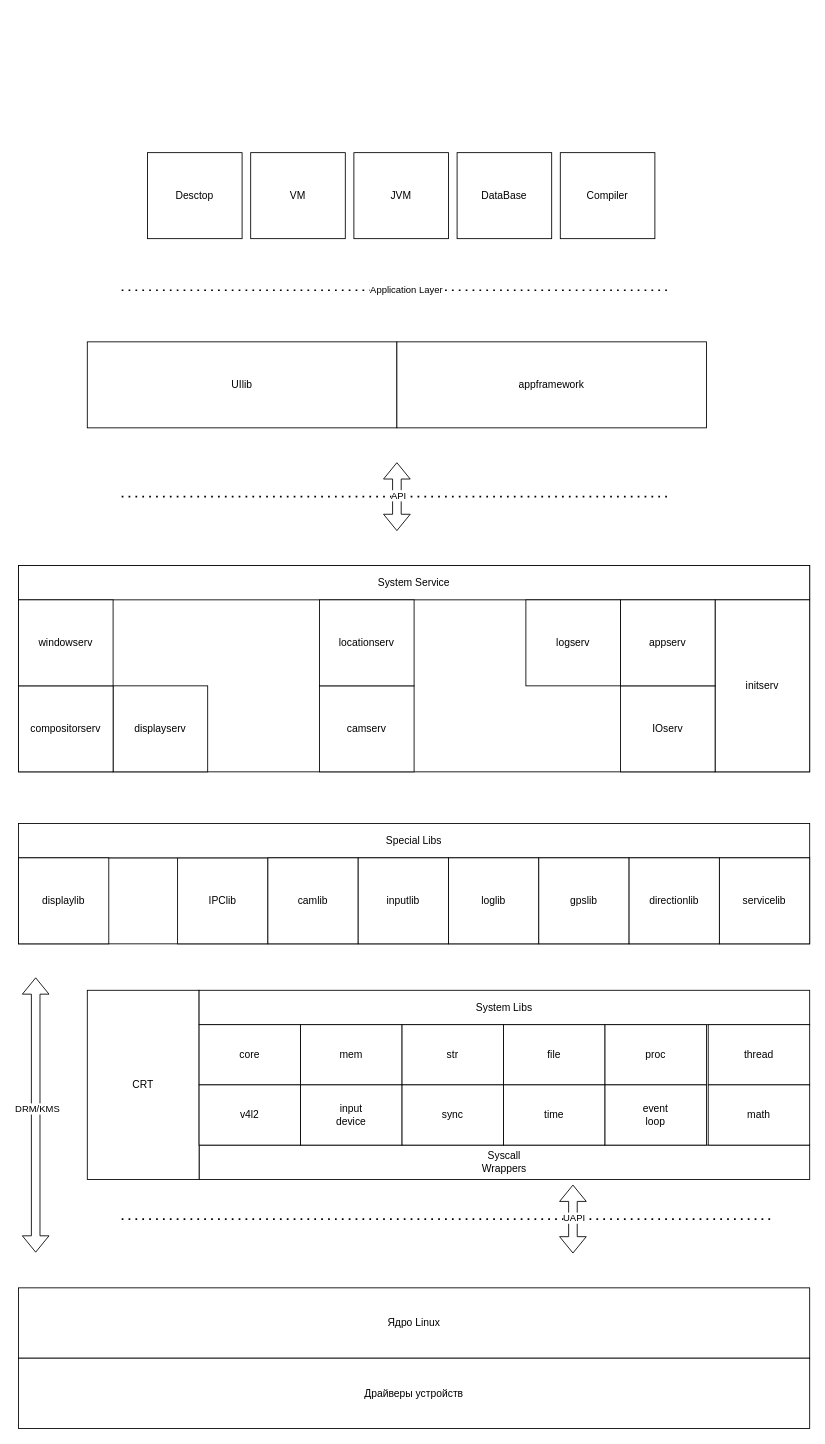
Before: DevDoc/PUNos_architecture.drawio in ITMOdefence/PUNos, a draw.io diagram. Source tidied: cells renumbered, new cells numbered last; positions are measured from the earlier drawing's top-left corner, leaving out a move shared by most shapes. Both pictures are drawn from the tidied source at 86%, with x=0, y=0 at pixel (18, 152).
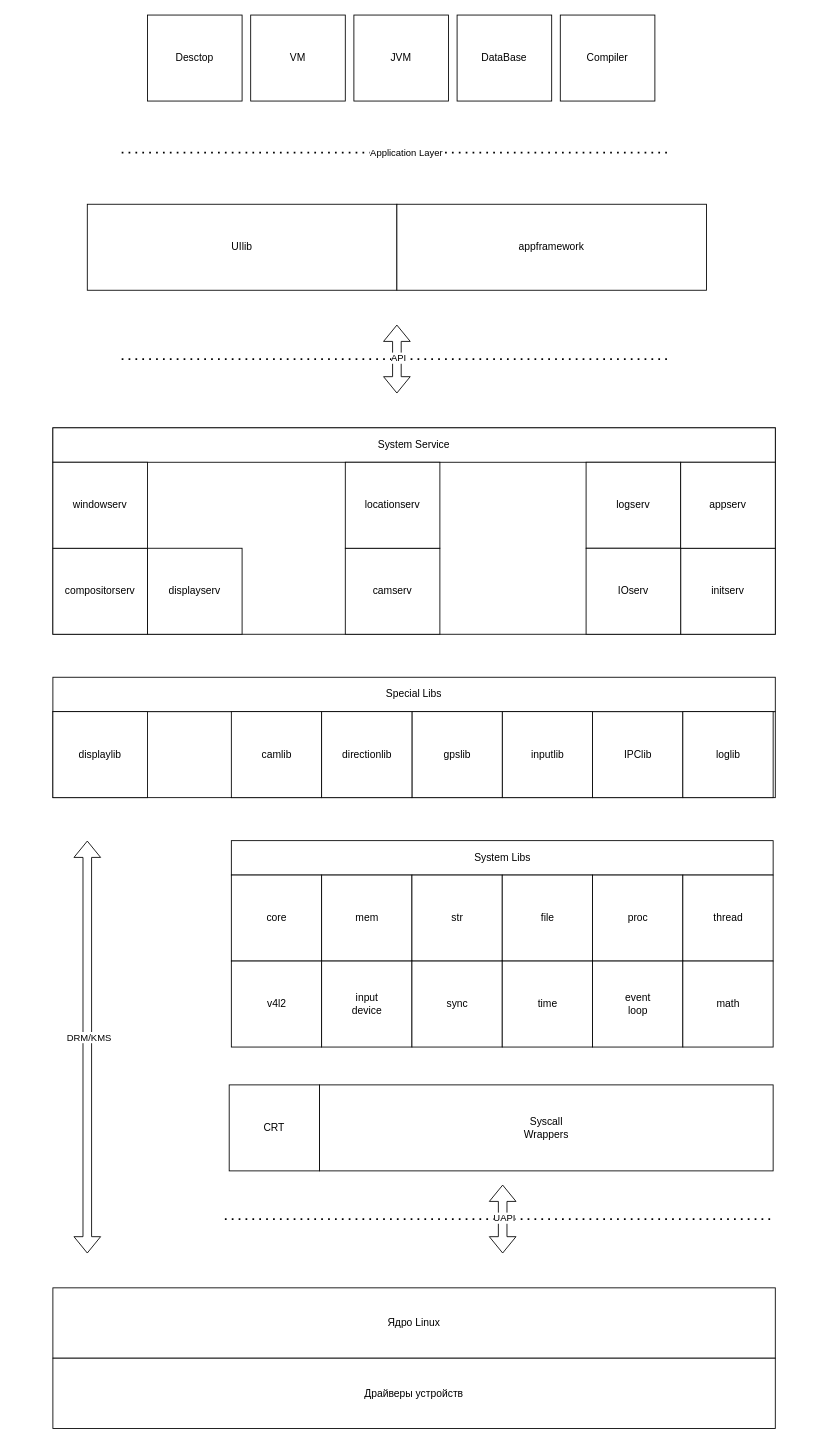
Above is the later version.

Commit message (it also covers changes not shown here):
doc: update architecture scheme

What changed in the source:
```diff
@@
     <mxCell id="2" style="html=1;whiteSpace=wrap;" parent="1" vertex="1">
-      <mxGeometry y="480" width="920" height="240" as="geometry" />
+      <mxGeometry x="40" y="320" width="840" height="240" as="geometry" />
     </mxCell>
     <mxCell id="3" style="html=1;whiteSpace=wrap;" parent="1" vertex="1">
-      <mxGeometry y="820" width="920" height="100" as="geometry" />
+      <mxGeometry x="40" y="650" width="840" height="100" as="geometry" />
     </mxCell>
     <mxCell id="4" style="endArrow=none;dashed=1;html=1;dashPattern=1 3;strokeWidth=2;rounded=0;" parent="1" edge="1">
       <mxGeometry relative="1" as="geometry">
-        <mxPoint x="120" y="1240" as="sourcePoint" />
+        <mxPoint x="240" y="1240" as="sourcePoint" />
         <mxPoint x="880" y="1240" as="targetPoint" />
       </mxGeometry>
     </mxCell>
     <mxCell id="5" value="Ядро Linux" style="html=1;whiteSpace=wrap;" parent="1" vertex="1">
-      <mxGeometry y="1320" width="920" height="81.8" as="geometry" />
+      <mxGeometry x="40" y="1320" width="840" height="81.8" as="geometry" />
     </mxCell>
     <mxCell id="6" value="Драйверы устройств" style="html=1;whiteSpace=wrap;" parent="1" vertex="1">
-      <mxGeometry y="1401.8" width="920" height="81.8" as="geometry" />
+      <mxGeometry x="40" y="1401.8" width="840" height="81.8" as="geometry" />
     </mxCell>
     <mxCell id="7" style="shape=flexArrow;endArrow=classic;startArrow=classic;html=1;rounded=0;exitX=0.5;exitY=0;exitDx=0;exitDy=0;" parent="1" edge="1">
       <mxGeometry relative="1" as="geometry">
-        <mxPoint x="644.7" y="1280" as="sourcePoint" />
-        <mxPoint x="644.7" y="1200" as="targetPoint" />
+        <mxPoint x="563" y="1280" as="sourcePoint" />
+        <mxPoint x="563" y="1200" as="targetPoint" />
       </mxGeometry>
     </mxCell>
@@
     <mxCell id="9" value="Syscall&lt;div&gt;Wrappers&lt;/div&gt;" style="html=1;whiteSpace=wrap;" parent="1" vertex="1">
-      <mxGeometry x="210" y="1154" width="710" height="40" as="geometry" />
+      <mxGeometry x="350" y="1084" width="527.5" height="100" as="geometry" />
     </mxCell>
     <mxCell id="10" value="CRT" style="html=1;whiteSpace=wrap;" parent="1" vertex="1">
-      <mxGeometry x="80" y="974" width="130" height="220" as="geometry" />
+      <mxGeometry x="245" y="1084" width="105" height="100" as="geometry" />
     </mxCell>
     <mxCell id="11" value="System Libs" style="html=1;whiteSpace=wrap;" parent="1" vertex="1">
-      <mxGeometry x="210" y="974" width="710" height="40" as="geometry" />
+      <mxGeometry x="247.5" y="800" width="630" height="40" as="geometry" />
     </mxCell>
     <mxCell id="12" value="core" style="html=1;whiteSpace=wrap;" parent="1" vertex="1">
-      <mxGeometry x="210" y="1014" width="118" height="70" as="geometry" />
+      <mxGeometry x="247.5" y="840" width="105" height="100" as="geometry" />
     </mxCell>
     <mxCell id="13" value="mem" style="html=1;whiteSpace=wrap;" parent="1" vertex="1">
-      <mxGeometry x="328" y="1014" width="118" height="70" as="geometry" />
+      <mxGeometry x="352.5" y="840" width="105" height="100" as="geometry" />
     </mxCell>
     <mxCell id="14" value="str" style="html=1;whiteSpace=wrap;" parent="1" vertex="1">
-      <mxGeometry x="446" y="1014" width="118" height="70" as="geometry" />
+      <mxGeometry x="457.5" y="840" width="105" height="100" as="geometry" />
     </mxCell>
     <mxCell id="15" value="IPClib" style="html=1;whiteSpace=wrap;" parent="1" vertex="1">
-      <mxGeometry x="185" y="820" width="105" height="100" as="geometry" />
+      <mxGeometry x="667.5" y="650" width="105" height="100" as="geometry" />
     </mxCell>
     <mxCell id="16" value="file" style="html=1;whiteSpace=wrap;" parent="1" vertex="1">
-      <mxGeometry x="564" y="1014" width="118" height="70" as="geometry" />
+      <mxGeometry x="562.5" y="840" width="105" height="100" as="geometry" />
     </mxCell>
     <mxCell id="17" value="proc" style="html=1;whiteSpace=wrap;" parent="1" vertex="1">
-      <mxGeometry x="682" y="1014" width="118" height="70" as="geometry" />
+      <mxGeometry x="667.5" y="840" width="105" height="100" as="geometry" />
     </mxCell>
     <mxCell id="18" value="Special Libs" style="html=1;whiteSpace=wrap;" parent="1" vertex="1">
-      <mxGeometry y="780" width="920" height="40" as="geometry" />
+      <mxGeometry x="40" y="610" width="840" height="40" as="geometry" />
     </mxCell>
     <mxCell id="19" value="camlib" style="html=1;whiteSpace=wrap;" parent="1" vertex="1">
-      <mxGeometry x="290" y="820" width="105" height="100" as="geometry" />
+      <mxGeometry x="247.5" y="650" width="105" height="100" as="geometry" />
     </mxCell>
-    <mxCell id="20" value="displaylib" style="html=1;whiteSpace=wrap;" parent="1" vertex="1">
-      <mxGeometry y="820" width="105" height="100" as="geometry" />
-    </mxCell>
     <mxCell id="21" value="inputlib" style="html=1;whiteSpace=wrap;" parent="1" vertex="1">
-      <mxGeometry x="395" y="820" width="105" height="100" as="geometry" />
+      <mxGeometry x="562.5" y="650" width="105" height="100" as="geometry" />
     </mxCell>
     <mxCell id="22" value="System Service" style="html=1;whiteSpace=wrap;" parent="1" vertex="1">
-      <mxGeometry y="480" width="920" height="40" as="geometry" />
+      <mxGeometry x="40" y="320" width="840" height="40" as="geometry" />
     </mxCell>
     <mxCell id="23" value="initserv" style="html=1;whiteSpace=wrap;" parent="1" vertex="1">
-      <mxGeometry x="810" y="520" width="110" height="200" as="geometry" />
+      <mxGeometry x="770" y="460" width="110" height="100" as="geometry" />
     </mxCell>
     <mxCell id="24" value="logserv" style="html=1;whiteSpace=wrap;" parent="1" vertex="1">
-      <mxGeometry x="590" y="520" width="110" height="100" as="geometry" />
+      <mxGeometry x="660" y="360" width="110" height="100" as="geometry" />
     </mxCell>
     <mxCell id="25" value="camserv" style="html=1;whiteSpace=wrap;" parent="1" vertex="1">
-      <mxGeometry x="350" y="620" width="110" height="100" as="geometry" />
+      <mxGeometry x="380" y="460" width="110" height="100" as="geometry" />
     </mxCell>
     <mxCell id="26" value="locationserv" style="html=1;whiteSpace=wrap;" parent="1" vertex="1">
-      <mxGeometry x="350" y="520" width="110" height="100" as="geometry" />
+      <mxGeometry x="380" y="360" width="110" height="100" as="geometry" />
     </mxCell>
     <mxCell id="27" value="IOserv" style="html=1;whiteSpace=wrap;" parent="1" vertex="1">
-      <mxGeometry x="700" y="620" width="110" height="100" as="geometry" />
+      <mxGeometry x="660" y="460" width="110" height="100" as="geometry" />
     </mxCell>
     <mxCell id="28" value="displayserv" style="html=1;whiteSpace=wrap;" parent="1" vertex="1">
-      <mxGeometry x="110" y="620" width="110" height="100" as="geometry" />
+      <mxGeometry x="150" y="460" width="110" height="100" as="geometry" />
     </mxCell>
     <mxCell id="29" value="appserv" style="html=1;whiteSpace=wrap;" parent="1" vertex="1">
-      <mxGeometry x="700" y="520" width="110" height="100" as="geometry" />
+      <mxGeometry x="770" y="360" width="110" height="100" as="geometry" />
     </mxCell>
     <mxCell id="30" value="UIlib" style="html=1;whiteSpace=wrap;" parent="1" vertex="1">
-      <mxGeometry x="80" y="220" width="360" height="100" as="geometry" />
+      <mxGeometry x="80" y="60" width="360" height="100" as="geometry" />
     </mxCell>
     <mxCell id="31" value="loglib" style="html=1;whiteSpace=wrap;" parent="1" vertex="1">
-      <mxGeometry x="500" y="820" width="105" height="100" as="geometry" />
+      <mxGeometry x="772.5" y="650" width="105" height="100" as="geometry" />
     </mxCell>
-    <mxCell id="32" style="shape=flexArrow;endArrow=classic;startArrow=classic;html=1;rounded=0;exitX=0.5;exitY=0;exitDx=0;exitDy=0;" parent="1" edge="1">
+    <mxCell id="32" style="shape=flexArrow;endArrow=classic;startArrow=classic;html=1;rounded=0;" parent="1" edge="1">
       <mxGeometry relative="1" as="geometry">
-        <mxPoint x="20" y="1279" as="sourcePoint" />
-        <mxPoint x="20" y="959" as="targetPoint" />
+        <mxPoint x="80" y="1280" as="sourcePoint" />
+        <mxPoint x="80" y="800" as="targetPoint" />
       </mxGeometry>
     </mxCell>
@@
     <mxCell id="34" style="endArrow=none;dashed=1;html=1;dashPattern=1 3;strokeWidth=2;rounded=0;" parent="1" edge="1">
       <mxGeometry relative="1" as="geometry">
-        <mxPoint x="120" y="400" as="sourcePoint" />
-        <mxPoint x="760" y="400" as="targetPoint" />
+        <mxPoint x="120" y="240" as="sourcePoint" />
+        <mxPoint x="760" y="240" as="targetPoint" />
       </mxGeometry>
     </mxCell>
     <mxCell id="35" style="shape=flexArrow;endArrow=classic;startArrow=classic;html=1;rounded=0;exitX=0.5;exitY=0;exitDx=0;exitDy=0;" parent="1" edge="1">
       <mxGeometry relative="1" as="geometry">
-        <mxPoint x="440" y="440" as="sourcePoint" />
-        <mxPoint x="440" y="360" as="targetPoint" />
+        <mxPoint x="440" y="280" as="sourcePoint" />
+        <mxPoint x="440" y="200" as="targetPoint" />
       </mxGeometry>
     </mxCell>
@@
     <mxCell id="37" value="appframework" style="html=1;whiteSpace=wrap;" parent="1" vertex="1">
-      <mxGeometry x="440" y="220" width="360" height="100" as="geometry" />
+      <mxGeometry x="440" y="60" width="360" height="100" as="geometry" />
     </mxCell>
     <mxCell id="38" value="compositorserv" style="html=1;whiteSpace=wrap;" parent="1" vertex="1">
-      <mxGeometry y="620" width="110" height="100" as="geometry" />
+      <mxGeometry x="40" y="460" width="110" height="100" as="geometry" />
     </mxCell>
     <mxCell id="39" value="windowserv" style="html=1;whiteSpace=wrap;" parent="1" vertex="1">
-      <mxGeometry y="520" width="110" height="100" as="geometry" />
+      <mxGeometry x="40" y="360" width="110" height="100" as="geometry" />
     </mxCell>
     <mxCell id="40" style="endArrow=none;dashed=1;html=1;dashPattern=1 3;strokeWidth=2;rounded=0;" parent="1" edge="1">
       <mxGeometry relative="1" as="geometry">
-        <mxPoint x="120" y="160" as="sourcePoint" />
-        <mxPoint x="760" y="160" as="targetPoint" />
+        <mxPoint x="120" as="sourcePoint" />
+        <mxPoint x="760" as="targetPoint" />
       </mxGeometry>
     </mxCell>
@@
     <mxCell id="42" value="VM" style="html=1;whiteSpace=wrap;" parent="1" vertex="1">
-      <mxGeometry x="270" width="110" height="100" as="geometry" />
+      <mxGeometry x="270" y="-160" width="110" height="100" as="geometry" />
     </mxCell>
     <mxCell id="43" value="DataBase" style="html=1;whiteSpace=wrap;" parent="1" vertex="1">
-      <mxGeometry x="510" width="110" height="100" as="geometry" />
+      <mxGeometry x="510" y="-160" width="110" height="100" as="geometry" />
     </mxCell>
     <mxCell id="44" value="Compiler" style="html=1;whiteSpace=wrap;" parent="1" vertex="1">
-      <mxGeometry x="630" width="110" height="100" as="geometry" />
+      <mxGeometry x="630" y="-160" width="110" height="100" as="geometry" />
     </mxCell>
     <mxCell id="45" value="JVM" style="html=1;whiteSpace=wrap;" parent="1" vertex="1">
-      <mxGeometry x="390" width="110" height="100" as="geometry" />
+      <mxGeometry x="390" y="-160" width="110" height="100" as="geometry" />
     </mxCell>
     <mxCell id="46" value="Desctop" style="html=1;whiteSpace=wrap;" parent="1" vertex="1">
-      <mxGeometry x="150" width="110" height="100" as="geometry" />
+      <mxGeometry x="150" y="-160" width="110" height="100" as="geometry" />
     </mxCell>
     <mxCell id="47" value="gpslib" style="html=1;whiteSpace=wrap;" parent="1" vertex="1">
-      <mxGeometry x="605" y="820" width="105" height="100" as="geometry" />
+      <mxGeometry x="457.5" y="650" width="105" height="100" as="geometry" />
     </mxCell>
     <mxCell id="48" value="directionlib" style="html=1;whiteSpace=wrap;" parent="1" vertex="1">
-      <mxGeometry x="710" y="820" width="105" height="100" as="geometry" />
+      <mxGeometry x="352.5" y="650" width="105" height="100" as="geometry" />
     </mxCell>
-    <mxCell id="49" value="servicelib" style="html=1;whiteSpace=wrap;" parent="1" vertex="1">
-      <mxGeometry x="815" y="820" width="105" height="100" as="geometry" />
-    </mxCell>
     <mxCell id="50" value="thread" style="html=1;whiteSpace=wrap;" parent="1" vertex="1">
-      <mxGeometry x="802" y="1014" width="118" height="70" as="geometry" />
+      <mxGeometry x="772.5" y="840" width="105" height="100" as="geometry" />
     </mxCell>
     <mxCell id="51" value="v4l2" style="html=1;whiteSpace=wrap;" parent="1" vertex="1">
-      <mxGeometry x="210" y="1084" width="118" height="70" as="geometry" />
+      <mxGeometry x="247.5" y="940" width="105" height="100" as="geometry" />
     </mxCell>
     <mxCell id="52" value="input&lt;div&gt;device&lt;/div&gt;" style="html=1;whiteSpace=wrap;" parent="1" vertex="1">
-      <mxGeometry x="328" y="1084" width="118" height="70" as="geometry" />
+      <mxGeometry x="352.5" y="940" width="105" height="100" as="geometry" />
     </mxCell>
     <mxCell id="53" value="sync" style="html=1;whiteSpace=wrap;" parent="1" vertex="1">
-      <mxGeometry x="446" y="1084" width="118" height="70" as="geometry" />
+      <mxGeometry x="457.5" y="940" width="105" height="100" as="geometry" />
     </mxCell>
     <mxCell id="54" value="time" style="html=1;whiteSpace=wrap;" parent="1" vertex="1">
-      <mxGeometry x="564" y="1084" width="118" height="70" as="geometry" />
+      <mxGeometry x="562.5" y="940" width="105" height="100" as="geometry" />
     </mxCell>
     <mxCell id="55" value="event&lt;div&gt;loop&lt;/div&gt;" style="html=1;whiteSpace=wrap;" parent="1" vertex="1">
-      <mxGeometry x="682" y="1084" width="118" height="70" as="geometry" />
+      <mxGeometry x="667.5" y="940" width="105" height="100" as="geometry" />
     </mxCell>
     <mxCell id="56" value="math" style="html=1;whiteSpace=wrap;" parent="1" vertex="1">
-      <mxGeometry x="802" y="1084" width="118" height="70" as="geometry" />
+      <mxGeometry x="772.5" y="940" width="105" height="100" as="geometry" />
     </mxCell>
+    <mxCell id="20" value="displaylib" style="html=1;whiteSpace=wrap;" parent="1" vertex="1">
+      <mxGeometry x="40" y="650" width="110" height="100" as="geometry" />
+    </mxCell>
```
